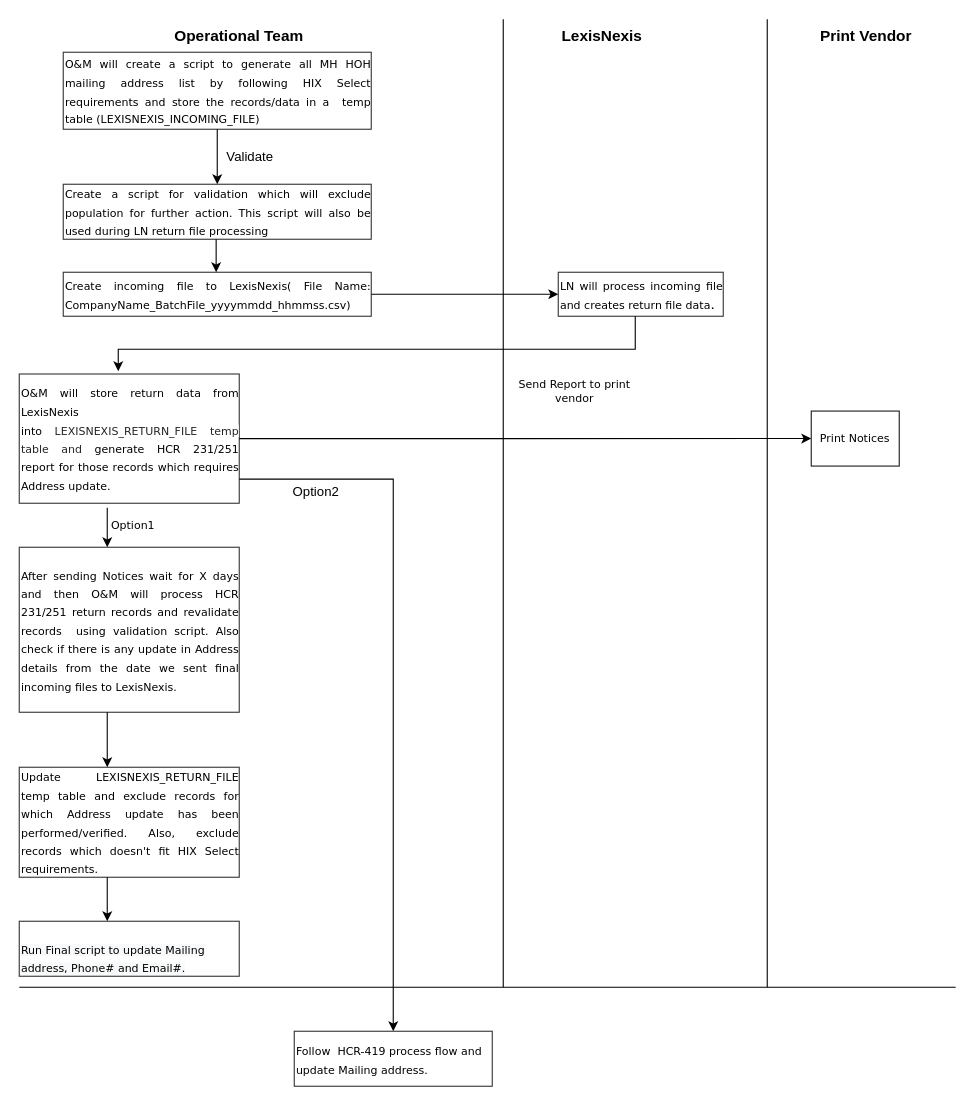
This is Untitled Diagram.drawio from prahlad2018/microservice, a draw.io file, before an edit. Source tidied: cells renumbered, new cells numbered last; positions are measured from the earlier drawing's top-left corner, leaving out a move shared by most shapes. Both pictures are drawn from the tidied source at 110%, with x=0, y=0 at pixel (19, 19).
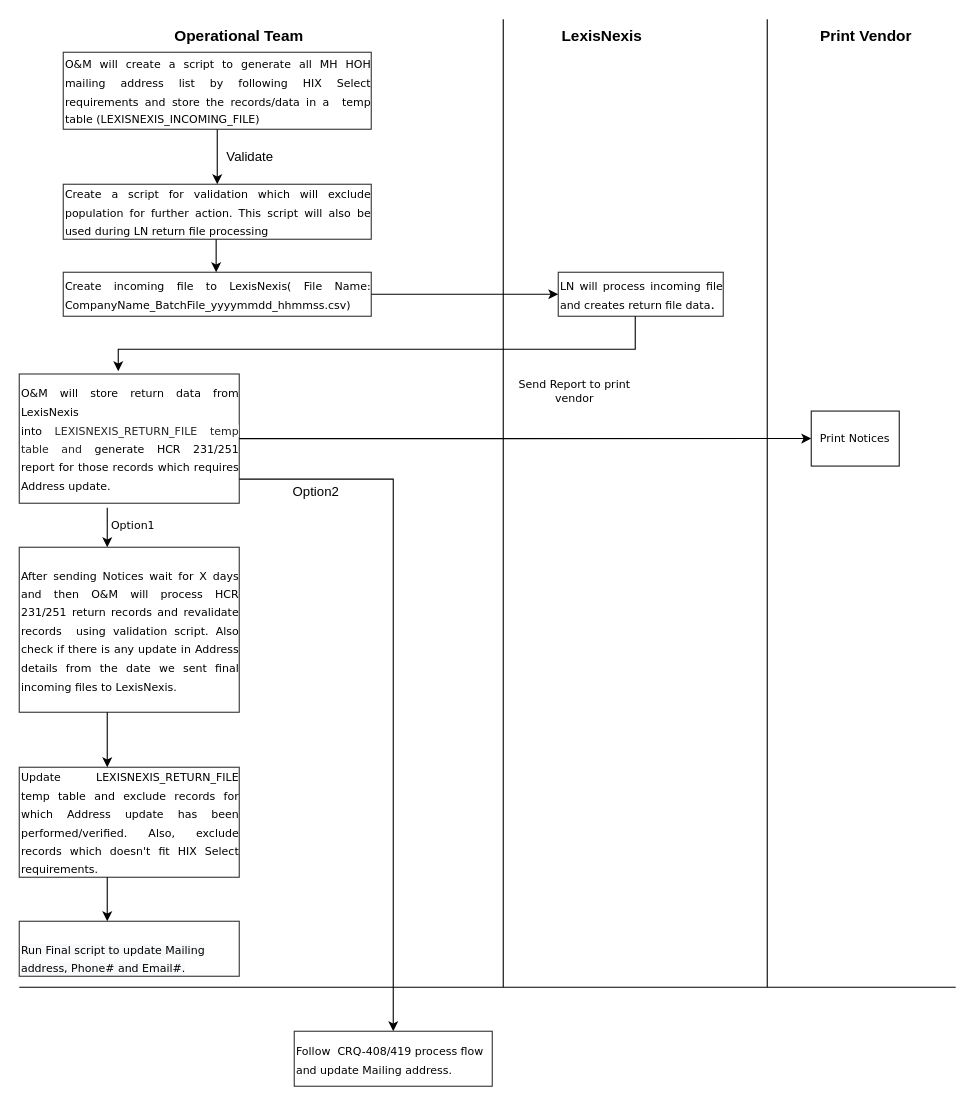
Above is the later version.

Change to the diagram source:
```diff
@@
-    <mxCell id="29" value="&lt;span style=&quot;font-family: Verdana; font-size: 10px; text-align: justify;&quot;&gt;Follow&amp;nbsp; HCR-419 process flow and update Mailing address.&lt;/span&gt;" style="text;html=1;strokeColor=#333333;fillColor=none;align=left;verticalAlign=middle;whiteSpace=wrap;rounded=0;fontSize=14;" parent="1" vertex="1">
+    <mxCell id="29" value="&lt;span style=&quot;font-family: Verdana; font-size: 10px; text-align: justify;&quot;&gt;Follow&amp;nbsp; CRQ-408/419 process flow and update Mailing address.&lt;/span&gt;" style="text;html=1;strokeColor=#333333;fillColor=none;align=left;verticalAlign=middle;whiteSpace=wrap;rounded=0;fontSize=14;" parent="1" vertex="1">
       <mxGeometry x="250" y="920" width="180" height="50" as="geometry" />
     </mxCell>
```
